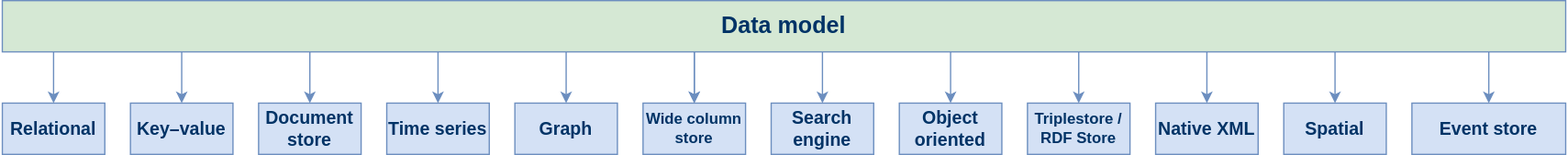
Above: diagrams/multi_model_dbms.drawio.svg in ryndovaira-org/data_science_lectures (draw.io), before the change. Source tidied: cells renumbered, new cells last; positions are measured from the earlier drawing's top-left corner, leaving out a move shared by most shapes.
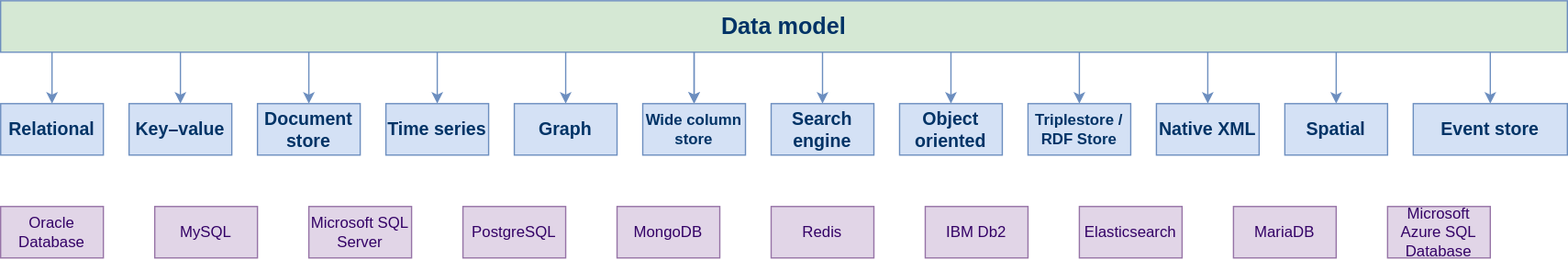
After the commit.

What changed in the source:
```diff
@@ -80,5 +80,35 @@
     <mxCell id="27" value="Wide column store" style="rounded=0;whiteSpace=wrap;html=1;fontSize=12;fontStyle=1;strokeColor=#6C8EBF;fontColor=#003366;fillColor=#D4E1F5;" parent="1" vertex="1">
       <mxGeometry x="500" y="80" width="80" height="40" as="geometry" />
     </mxCell>
+    <mxCell id="28" value="Oracle Database" style="rounded=0;whiteSpace=wrap;html=1;fillColor=#e1d5e7;strokeColor=#9673a6;fontColor=#330066;" parent="1" vertex="1">
+      <mxGeometry y="160" width="80" height="40" as="geometry" />
+    </mxCell>
+    <mxCell id="29" value="MySQL" style="rounded=0;whiteSpace=wrap;html=1;fillColor=#e1d5e7;strokeColor=#9673a6;fontColor=#330066;" parent="1" vertex="1">
+      <mxGeometry x="120" y="160" width="80" height="40" as="geometry" />
+    </mxCell>
+    <mxCell id="30" value="Microsoft SQL Server" style="rounded=0;whiteSpace=wrap;html=1;fillColor=#e1d5e7;strokeColor=#9673a6;fontColor=#330066;" parent="1" vertex="1">
+      <mxGeometry x="240" y="160" width="80" height="40" as="geometry" />
+    </mxCell>
+    <mxCell id="31" value="PostgreSQL" style="rounded=0;whiteSpace=wrap;html=1;fillColor=#e1d5e7;strokeColor=#9673a6;fontColor=#330066;" parent="1" vertex="1">
+      <mxGeometry x="360" y="160" width="80" height="40" as="geometry" />
+    </mxCell>
+    <mxCell id="32" value="MongoDB" style="rounded=0;whiteSpace=wrap;html=1;fillColor=#e1d5e7;strokeColor=#9673a6;fontColor=#330066;" parent="1" vertex="1">
+      <mxGeometry x="480" y="160" width="80" height="40" as="geometry" />
+    </mxCell>
+    <mxCell id="33" value="Redis" style="rounded=0;whiteSpace=wrap;html=1;fillColor=#e1d5e7;strokeColor=#9673a6;fontColor=#330066;" parent="1" vertex="1">
+      <mxGeometry x="600" y="160" width="80" height="40" as="geometry" />
+    </mxCell>
+    <mxCell id="34" value="IBM Db2" style="rounded=0;whiteSpace=wrap;html=1;fillColor=#e1d5e7;strokeColor=#9673a6;fontColor=#330066;" parent="1" vertex="1">
+      <mxGeometry x="720" y="160" width="80" height="40" as="geometry" />
+    </mxCell>
+    <mxCell id="35" value="Elasticsearch" style="rounded=0;whiteSpace=wrap;html=1;fillColor=#e1d5e7;strokeColor=#9673a6;fontColor=#330066;" parent="1" vertex="1">
+      <mxGeometry x="840" y="160" width="80" height="40" as="geometry" />
+    </mxCell>
+    <mxCell id="36" value="MariaDB" style="rounded=0;whiteSpace=wrap;html=1;fillColor=#e1d5e7;strokeColor=#9673a6;fontColor=#330066;" parent="1" vertex="1">
+      <mxGeometry x="960" y="160" width="80" height="40" as="geometry" />
+    </mxCell>
+    <mxCell id="37" value="&lt;div&gt;Microsoft Azure SQL Database&lt;/div&gt;" style="rounded=0;whiteSpace=wrap;html=1;fillColor=#e1d5e7;strokeColor=#9673a6;fontColor=#330066;" parent="1" vertex="1">
+      <mxGeometry x="1080" y="160" width="80" height="40" as="geometry" />
+    </mxCell>
   </root>
 </mxGraphModel>
```
